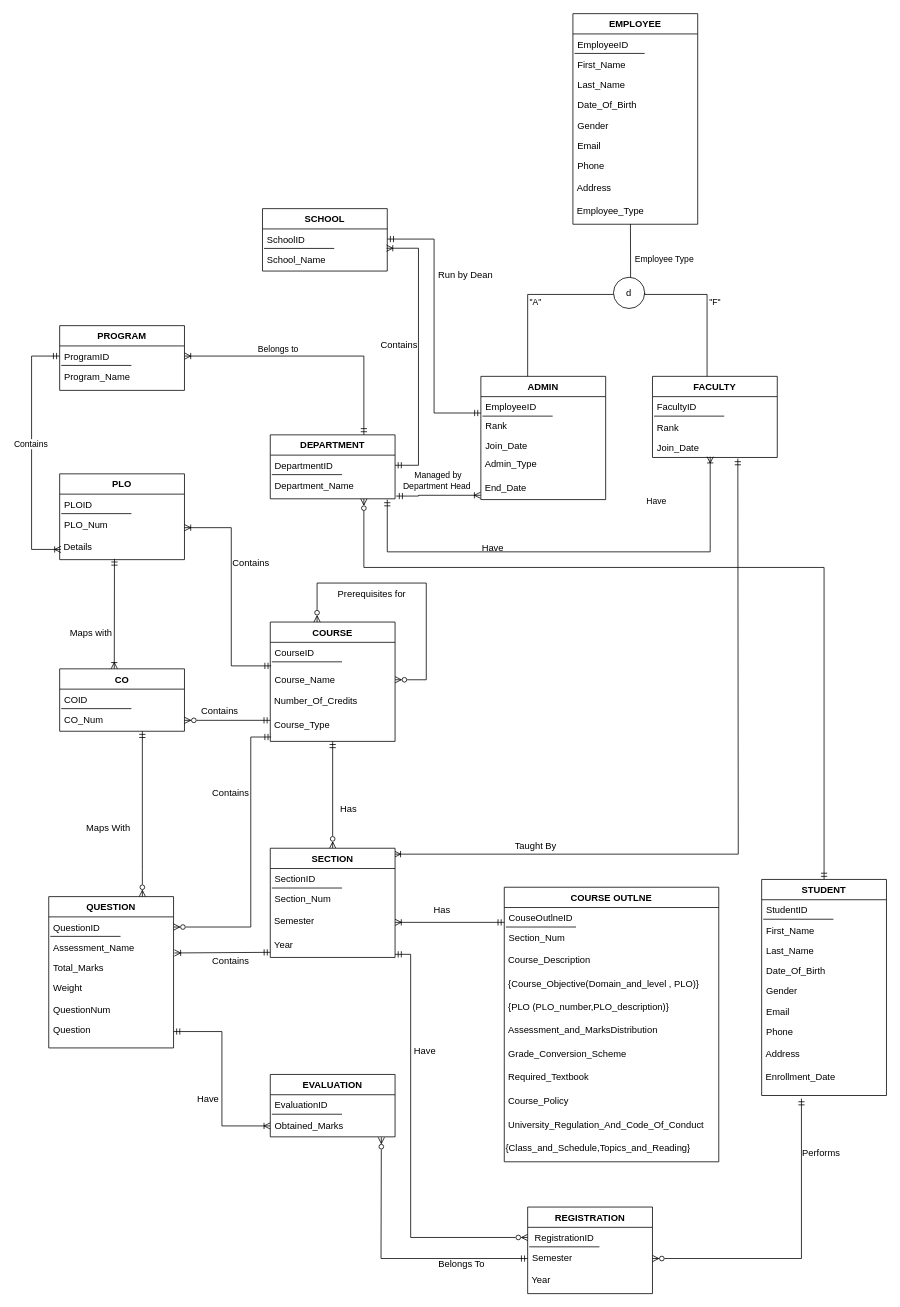
Above: Documentation/EERD.drawio in injamam00155/CSE303-sec-04-Group-03 (draw.io), before the change. Source tidied: cells renumbered, new cells numbered last; positions are measured from the earlier drawing's top-left corner, leaving out a move shared by most shapes. Both pictures are drawn from the tidied source at 78%, with x=0, y=0 at pixel (5, 13).
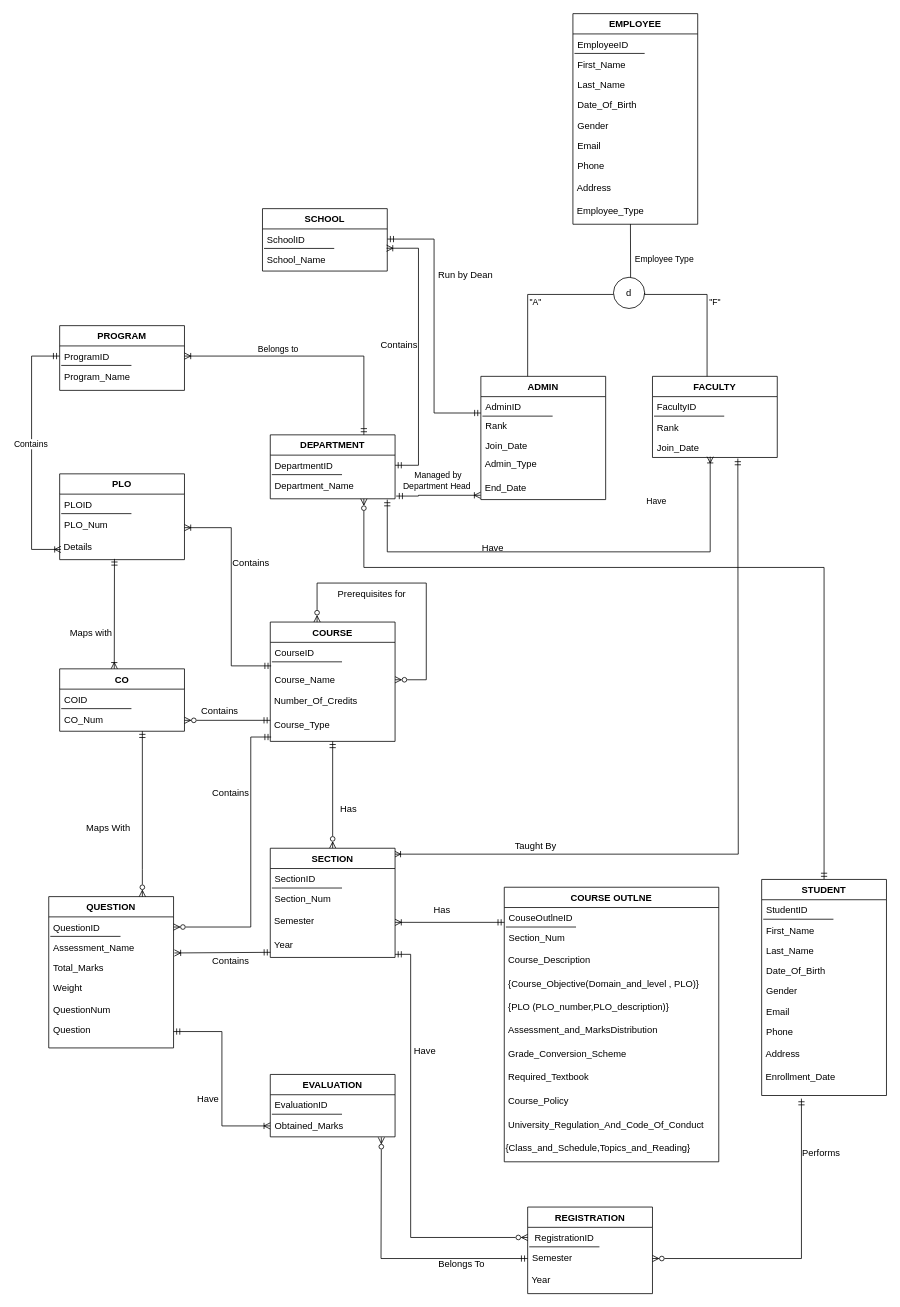
The same page after the edit.

The change refers to these unchanged cells:
```xml
<mxCell id="16" value="ADMIN" style="swimlane;fontStyle=1;align=center;verticalAlign=top;horizontal=1;startSize=26;rounded=0;shadow=0;strokeWidth=1;" parent="1" vertex="1">
  <mxGeometry x="610" y="465" width="160" height="158" as="geometry" />
</mxCell>
```

What changed in the source:
```diff
@@
-    <mxCell id="17" value="EmployeeID" style="text;align=left;verticalAlign=top;spacingLeft=4;spacingRight=4;overflow=hidden;" parent="16" vertex="1">
+    <mxCell id="17" value="AdminID" style="text;align=left;verticalAlign=top;spacingLeft=4;spacingRight=4;overflow=hidden;" parent="16" vertex="1">
       <mxGeometry y="26" width="160" height="24" as="geometry" />
     </mxCell>
```
